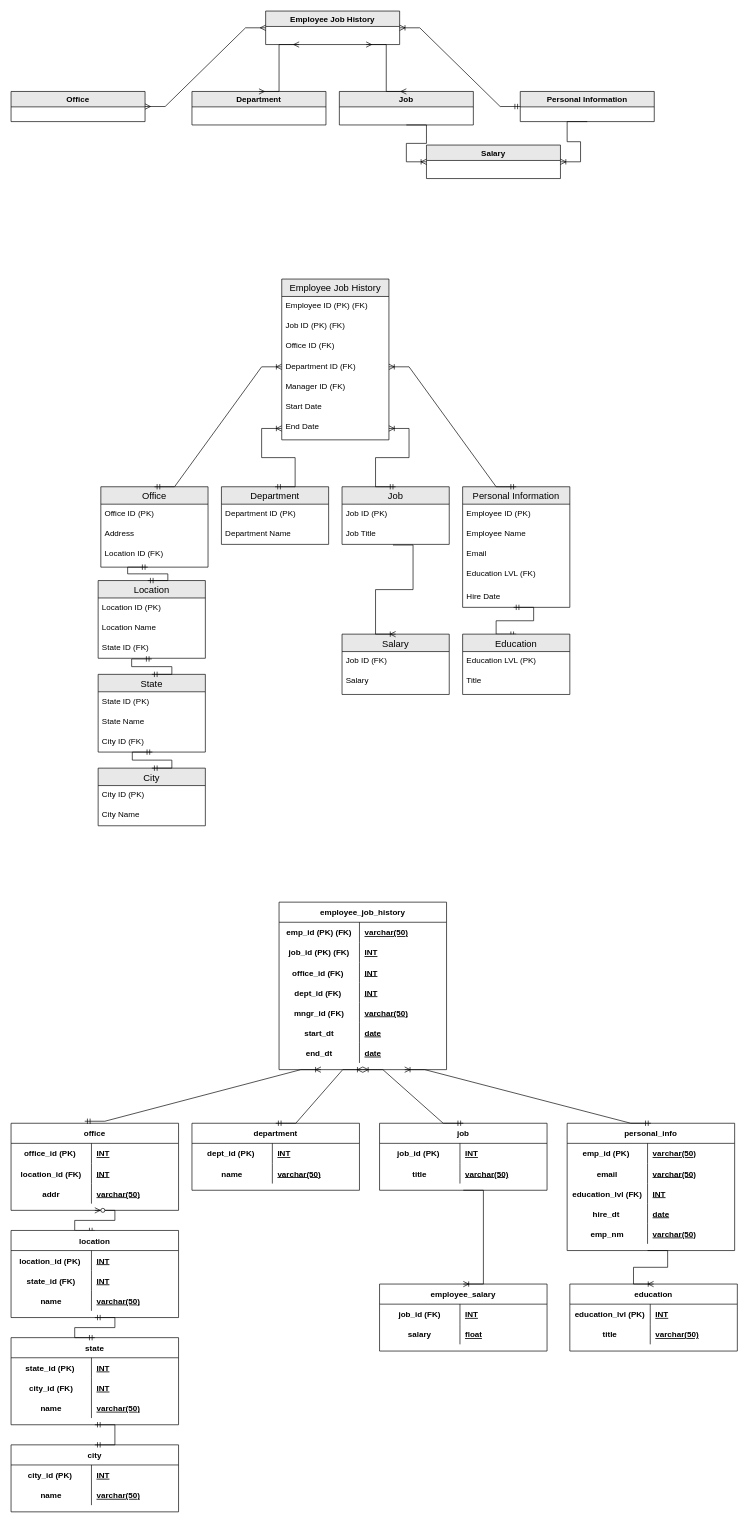
Before: HR_ERD.drawio in ohikendoit/data_architect_foundation, a draw.io diagram. Source tidied: cells renumbered, new cells numbered last; positions are measured from the earlier drawing's top-left corner, leaving out a move shared by most shapes. Both pictures are drawn from the tidied source at 67%, with x=0, y=0 at pixel (11, 11).
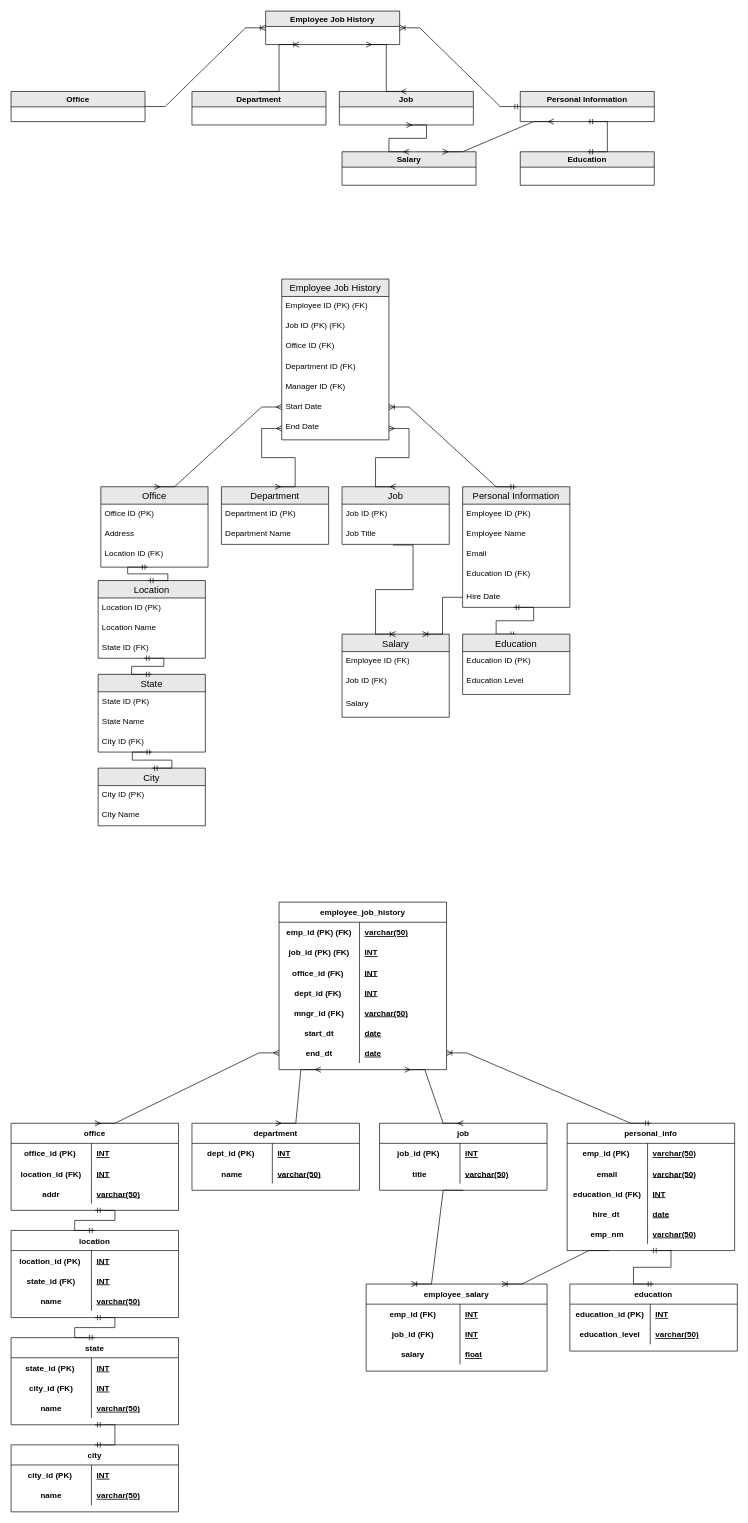
The same diagram, later.

The change refers to these unchanged cells:
```xml
<mxCell id="2" value="Office" style="swimlane;fillColor=#E8E8E8;" parent="1" vertex="1">
<mxCell id="3" value="Department" style="swimlane;fillColor=#E8E8E8;" parent="1" vertex="1">
<mxCell id="4" value="Employee Job History" style="swimlane;fillColor=#E8E8E8;" parent="1" vertex="1">
<mxCell id="5" value="Personal Information" style="swimlane;fillColor=#E8E8E8;" parent="1" vertex="1">
<mxCell id="10" value="Department ID (FK)" style="text;strokeColor=none;fillColor=none;spacingLeft=4;spacingRight=4;overflow=hidden;points=[[0,0.5],[1,0.5]];portConstraint=eastwest;fontSize=12;" parent="6" vertex="1">
<mxCell id="12" value="Start Date" style="text;strokeColor=none;fillColor=none;spacingLeft=4;spacingRight=4;overflow=hidden;points=[[0,0.5],[1,0.5]];portConstraint=eastwest;fontSize=12;" parent="6" vertex="1">
<mxCell id="13" value="End Date" style="text;strokeColor=none;fillColor=none;spacingLeft=4;spacingRight=4;overflow=hidden;points=[[0,0.5],[1,0.5]];portConstraint=eastwest;fontSize=12;" parent="6" vertex="1">
<mxCell id="14" value="Personal Information" style="swimlane;fontStyle=0;horizontal=1;startSize=26;align=center;fontSize=14;fillColor=#E8E8E8;" parent="1" vertex="1">
<mxCell id="19" value="Hire Date" style="text;strokeColor=none;fillColor=none;spacingLeft=4;spacingRight=4;overflow=hidden;points=[[0,0.5],[1,0.5]];portConstraint=eastwest;fontSize=12;" parent="14" vertex="1">
<mxCell id="21" value="Department" style="swimlane;fontStyle=0;horizontal=1;startSize=26;align=center;fontSize=14;fillColor=#E8E8E8;" parent="1" vertex="1">
<mxCell id="24" value="Office" style="swimlane;fontStyle=0;horizontal=1;startSize=26;align=center;fontSize=14;fillColor=#E8E8E8;" parent="1" vertex="1">
<mxCell id="28" value="Job" style="swimlane;fontStyle=0;horizontal=1;startSize=26;align=center;fontSize=14;fillColor=#E8E8E8;" parent="1" vertex="1">
<mxCell id="31" value="Job" style="swimlane;fillColor=#E8E8E8;" parent="1" vertex="1">
<mxCell id="35" value="State" style="swimlane;fontStyle=0;horizontal=1;startSize=26;align=center;fontSize=14;fillColor=#E8E8E8;" parent="1" vertex="1">
<mxCell id="43" value="employee_job_history" style="shape=table;startSize=30;childLayout=tableLayout;rowLines=0;fontStyle=1;align=center;" parent="1" vertex="1">
<mxCell id="62" style="shape=partialRectangle;fillColor=none;top=0;left=0;bottom=0;right=0;points=[[0,0.5],[1,0.5]];portConstraint=eastwest;" parent="43" vertex="1">
<mxCell id="69" value="department" style="shape=table;startSize=30;childLayout=tableLayout;rowLines=0;fontStyle=1;align=center;" parent="1" vertex="1">
<mxCell id="76" value="office" style="shape=table;startSize=30;childLayout=tableLayout;rowLines=0;fontStyle=1;align=center;" parent="1" vertex="1">
<mxCell id="105" value="job" style="shape=table;startSize=30;childLayout=tableLayout;rowLines=0;fontStyle=1;align=center;" parent="1" vertex="1">
<mxCell id="112" value="personal_info" style="shape=table;startSize=30;childLayout=tableLayout;rowLines=0;fontStyle=1;align=center;" parent="1" vertex="1">
<mxCell id="119" style="shape=partialRectangle;fillColor=none;top=0;left=0;bottom=0;right=0;" parent="112" vertex="1">
<mxCell id="148" value="Education" style="swimlane;fontStyle=0;horizontal=1;startSize=26;align=center;fontSize=14;fillColor=#E8E8E8;" parent="1" vertex="1">
<mxCell id="154" value="State ID (FK)" style="text;strokeColor=none;fillColor=none;spacingLeft=4;spacingRight=4;overflow=hidden;points=[[0,0.5],[1,0.5]];portConstraint=eastwest;fontSize=12;" parent="151" vertex="1">
<mxCell id="157" value="location" style="shape=table;startSize=30;childLayout=tableLayout;rowLines=0;fontStyle=1;align=center;" parent="1" vertex="1">
<mxCell id="168" value="education" style="shape=table;startSize=30;childLayout=tableLayout;rowLines=0;fontStyle=1;align=center;" parent="1" vertex="1">
<mxCell id="169" style="shape=partialRectangle;fillColor=none;top=0;left=0;bottom=0;right=0;" parent="168" vertex="1">
<mxCell id="172" style="shape=partialRectangle;fillColor=none;top=0;left=0;bottom=0;right=0;" parent="168" vertex="1">
```

Change to the diagram source:
```diff
@@
-    <mxCell id="18" value="Education LVL (FK)" style="text;strokeColor=none;fillColor=none;spacingLeft=4;spacingRight=4;overflow=hidden;fontSize=12;" parent="14" vertex="1">
+    <mxCell id="18" value="Education ID (FK)" style="text;strokeColor=none;fillColor=none;spacingLeft=4;spacingRight=4;overflow=hidden;fontSize=12;" parent="14" vertex="1">
       <mxGeometry y="116" width="160" height="34" as="geometry" />
     </mxCell>
@@
     <mxCell id="32" value="Salary" style="swimlane;fontStyle=0;horizontal=1;startSize=26;align=center;fontSize=14;fillColor=#E8E8E8;" parent="1" vertex="1">
-      <mxGeometry x="494" y="930" width="160" height="90" as="geometry" />
+      <mxGeometry x="494" y="930" width="160" height="124" as="geometry" />
     </mxCell>
-    <mxCell id="33" value="Job ID (FK)" style="text;strokeColor=none;fillColor=none;spacingLeft=4;spacingRight=4;overflow=hidden;fontSize=12;" parent="32" vertex="1">
+    <mxCell id="33" value="Employee ID (FK)" style="text;strokeColor=none;fillColor=none;spacingLeft=4;spacingRight=4;overflow=hidden;fontSize=12;" parent="32" vertex="1">
       <mxGeometry y="26" width="160" height="30" as="geometry" />
     </mxCell>
-    <mxCell id="34" value="Salary" style="text;strokeColor=none;fillColor=none;spacingLeft=4;spacingRight=4;overflow=hidden;fontSize=12;" parent="32" vertex="1">
+    <mxCell id="34" value="Job ID (FK)" style="text;strokeColor=none;fillColor=none;spacingLeft=4;spacingRight=4;overflow=hidden;fontSize=12;" parent="32" vertex="1">
       <mxGeometry y="56" width="160" height="34" as="geometry" />
     </mxCell>
+    <mxCell id="176" value="Salary" style="text;strokeColor=none;fillColor=none;spacingLeft=4;spacingRight=4;overflow=hidden;fontSize=12;" parent="32" vertex="1">
+      <mxGeometry y="90" width="160" height="34" as="geometry" />
+    </mxCell>
@@
-    <mxCell id="65" style="edgeStyle=entityRelationEdgeStyle;fontSize=12;html=1;endArrow=ERmany;startArrow=ERmany;rounded=0;exitX=1;exitY=0.5;exitDx=0;exitDy=0;entryX=0;entryY=0.5;entryDx=0;entryDy=0;" parent="1" edge="1" source="2" target="4">
-      <mxGeometry relative="1" as="geometry" />
-    </mxCell>
-    <mxCell id="66" style="edgeStyle=entityRelationEdgeStyle;fontSize=12;html=1;endArrow=ERmany;startArrow=ERmany;rounded=0;entryX=0.25;entryY=1;entryDx=0;entryDy=0;exitX=0.5;exitY=0;exitDx=0;exitDy=0;" parent="1" edge="1" source="3" target="4">
-      <mxGeometry relative="1" as="geometry" />
-    </mxCell>
-    <mxCell id="67" style="edgeStyle=entityRelationEdgeStyle;fontSize=12;html=1;endArrow=ERmany;startArrow=ERmany;rounded=0;entryX=0.75;entryY=1;entryDx=0;entryDy=0;exitX=0.5;exitY=0;exitDx=0;exitDy=0;" parent="1" edge="1" source="31" target="4">
-      <mxGeometry relative="1" as="geometry" />
-    </mxCell>
@@
-    <mxCell id="103" style="edgeStyle=entityRelationEdgeStyle;fontSize=12;html=1;endArrow=ERzeroToMany;startArrow=ERmandOne;rounded=0;entryX=0.5;entryY=1;entryDx=0;entryDy=0;exitX=0.5;exitY=0;exitDx=0;exitDy=0;" parent="1" edge="1" source="157" target="76">
-      <mxGeometry relative="1" as="geometry" />
-    </mxCell>
@@
-    <mxCell id="120" value="education_lvl (FK)" style="shape=partialRectangle;fillColor=none;top=0;left=0;bottom=0;right=0;fontStyle=1;overflow=hidden;" parent="119" vertex="1">
+    <mxCell id="120" value="education_id (FK)" style="shape=partialRectangle;fillColor=none;top=0;left=0;bottom=0;right=0;fontStyle=1;overflow=hidden;" parent="119" vertex="1">
       <mxGeometry width="120" height="30" as="geometry" />
     </mxCell>
@@
     <mxCell id="128" value="employee_salary" style="shape=table;startSize=30;childLayout=tableLayout;rowLines=0;fontStyle=1;align=center;" parent="1" vertex="1">
-      <mxGeometry x="550" y="1900" width="250" height="100" as="geometry" />
+      <mxGeometry x="530" y="1900" width="270" height="130" as="geometry" />
     </mxCell>
+    <mxCell id="177" style="shape=partialRectangle;fillColor=none;top=0;left=0;bottom=0;right=0;" parent="128" vertex="1">
+      <mxGeometry y="30" width="270" height="30" as="geometry" />
+    </mxCell>
+    <mxCell id="178" value="emp_id (FK)" style="shape=partialRectangle;fillColor=none;top=0;left=0;bottom=0;right=0;fontStyle=1;overflow=hidden;" parent="177" vertex="1">
+      <mxGeometry width="140" height="30" as="geometry" />
+    </mxCell>
+    <mxCell id="179" value="INT" style="shape=partialRectangle;fillColor=none;top=0;left=0;bottom=0;right=0;align=left;spacingLeft=6;fontStyle=5;overflow=hidden;" parent="177" vertex="1">
+      <mxGeometry x="140" width="130" height="30" as="geometry" />
+    </mxCell>
     <mxCell id="129" style="shape=partialRectangle;fillColor=none;top=0;left=0;bottom=0;right=0;" parent="128" vertex="1">
-      <mxGeometry y="30" width="250" height="30" as="geometry" />
+      <mxGeometry y="60" width="270" height="30" as="geometry" />
     </mxCell>
     <mxCell id="130" value="job_id (FK)" style="shape=partialRectangle;fillColor=none;top=0;left=0;bottom=0;right=0;fontStyle=1;overflow=hidden;" parent="129" vertex="1">
-      <mxGeometry width="120" height="30" as="geometry" />
+      <mxGeometry width="140" height="30" as="geometry" />
     </mxCell>
     <mxCell id="131" value="INT" style="shape=partialRectangle;fillColor=none;top=0;left=0;bottom=0;right=0;align=left;spacingLeft=6;fontStyle=5;overflow=hidden;" parent="129" vertex="1">
-      <mxGeometry x="120" width="130" height="30" as="geometry" />
+      <mxGeometry x="140" width="130" height="30" as="geometry" />
     </mxCell>
     <mxCell id="132" style="shape=partialRectangle;fillColor=none;top=0;left=0;bottom=0;right=0;" parent="128" vertex="1">
-      <mxGeometry y="60" width="250" height="30" as="geometry" />
+      <mxGeometry y="90" width="270" height="30" as="geometry" />
     </mxCell>
     <mxCell id="133" value="salary" style="shape=partialRectangle;fillColor=none;top=0;left=0;bottom=0;right=0;fontStyle=1;overflow=hidden;" parent="132" vertex="1">
-      <mxGeometry width="120" height="30" as="geometry" />
+      <mxGeometry width="140" height="30" as="geometry" />
     </mxCell>
     <mxCell id="134" value="float" style="shape=partialRectangle;fillColor=none;top=0;left=0;bottom=0;right=0;align=left;spacingLeft=6;fontStyle=5;overflow=hidden;" parent="132" vertex="1">
-      <mxGeometry x="120" width="130" height="30" as="geometry" />
+      <mxGeometry x="140" width="130" height="30" as="geometry" />
     </mxCell>
-    <mxCell id="135" style="edgeStyle=entityRelationEdgeStyle;fontSize=12;html=1;endArrow=ERoneToMany;rounded=0;entryX=0.5;entryY=0;entryDx=0;entryDy=0;" parent="1" edge="1" target="128">
-      <mxGeometry relative="1" as="geometry">
-        <mxPoint x="675" y="1760" as="sourcePoint" />
-      </mxGeometry>
-    </mxCell>
-    <mxCell id="136" style="edgeStyle=entityRelationEdgeStyle;fontSize=12;html=1;endArrow=ERoneToMany;startArrow=ERmandOne;rounded=0;exitX=0.5;exitY=0;exitDx=0;exitDy=0;entryX=0.75;entryY=1;entryDx=0;entryDy=0;" parent="1" edge="1" source="112" target="43">
+    <mxCell id="136" style="edgeStyle=entityRelationEdgeStyle;fontSize=12;html=1;endArrow=ERoneToMany;startArrow=ERmandOne;rounded=0;exitX=0.5;exitY=0;exitDx=0;exitDy=0;entryX=1;entryY=0.5;entryDx=0;entryDy=0;" parent="1" edge="1" source="112" target="62">
       <mxGeometry relative="1" as="geometry" />
     </mxCell>
-    <mxCell id="137" style="edgeStyle=entityRelationEdgeStyle;fontSize=12;html=1;endArrow=ERoneToMany;startArrow=ERmandOne;rounded=0;exitX=0.5;exitY=0;exitDx=0;exitDy=0;entryX=0.5;entryY=1;entryDx=0;entryDy=0;" parent="1" edge="1" source="105" target="43">
-      <mxGeometry relative="1" as="geometry" />
-    </mxCell>
-    <mxCell id="138" style="edgeStyle=entityRelationEdgeStyle;fontSize=12;html=1;endArrow=ERoneToMany;startArrow=ERmandOne;rounded=0;exitX=0.5;exitY=0;exitDx=0;exitDy=0;entryX=0.5;entryY=1;entryDx=0;entryDy=0;" parent="1" edge="1" source="69" target="43">
-      <mxGeometry relative="1" as="geometry" />
-    </mxCell>
-    <mxCell id="139" style="edgeStyle=entityRelationEdgeStyle;fontSize=12;html=1;endArrow=ERoneToMany;startArrow=ERmandOne;rounded=0;entryX=0.25;entryY=1;entryDx=0;entryDy=0;" parent="1" edge="1" target="43">
-      <mxGeometry relative="1" as="geometry">
-        <mxPoint x="110" y="1657" as="sourcePoint" />
-      </mxGeometry>
-    </mxCell>
-    <mxCell id="140" style="edgeStyle=entityRelationEdgeStyle;fontSize=12;html=1;endArrow=ERoneToMany;startArrow=ERmandOne;rounded=0;entryX=0;entryY=0.5;entryDx=0;entryDy=0;exitX=0.5;exitY=0;exitDx=0;exitDy=0;" parent="1" edge="1" source="24" target="10">
-      <mxGeometry relative="1" as="geometry" />
-    </mxCell>
-    <mxCell id="141" style="edgeStyle=entityRelationEdgeStyle;fontSize=12;html=1;endArrow=ERoneToMany;startArrow=ERmandOne;rounded=0;exitX=0.5;exitY=0;exitDx=0;exitDy=0;" parent="1" edge="1" source="21" target="13">
-      <mxGeometry relative="1" as="geometry" />
-    </mxCell>
-    <mxCell id="142" style="edgeStyle=entityRelationEdgeStyle;fontSize=12;html=1;endArrow=ERoneToMany;startArrow=ERmandOne;rounded=0;exitX=0.5;exitY=0;exitDx=0;exitDy=0;entryX=1;entryY=0.5;entryDx=0;entryDy=0;" parent="1" edge="1" source="28" target="13">
-      <mxGeometry relative="1" as="geometry" />
-    </mxCell>
-    <mxCell id="143" style="edgeStyle=entityRelationEdgeStyle;fontSize=12;html=1;endArrow=ERoneToMany;startArrow=ERmandOne;rounded=0;exitX=0.5;exitY=0;exitDx=0;exitDy=0;entryX=1;entryY=0.5;entryDx=0;entryDy=0;" parent="1" edge="1" source="14" target="10">
+    <mxCell id="143" style="edgeStyle=entityRelationEdgeStyle;fontSize=12;html=1;endArrow=ERoneToMany;startArrow=ERmandOne;rounded=0;exitX=0.5;exitY=0;exitDx=0;exitDy=0;entryX=1;entryY=0.5;entryDx=0;entryDy=0;" parent="1" edge="1" source="14" target="12">
       <mxGeometry relative="1" as="geometry" />
     </mxCell>
@@
     <mxCell id="145" value="Salary" style="swimlane;fillColor=#E8E8E8;" parent="1" vertex="1">
-      <mxGeometry x="620" y="200" width="200" height="50" as="geometry" />
+      <mxGeometry x="494" y="210" width="200" height="50" as="geometry" />
     </mxCell>
-    <mxCell id="146" style="edgeStyle=entityRelationEdgeStyle;fontSize=12;html=1;endArrow=ERoneToMany;rounded=0;exitX=0.5;exitY=1;exitDx=0;exitDy=0;entryX=1;entryY=0.5;entryDx=0;entryDy=0;" parent="1" edge="1" source="5" target="145">
-      <mxGeometry relative="1" as="geometry" />
-    </mxCell>
-    <mxCell id="147" style="edgeStyle=entityRelationEdgeStyle;fontSize=12;html=1;endArrow=ERoneToMany;rounded=0;exitX=0.5;exitY=1;exitDx=0;exitDy=0;entryX=0;entryY=0.5;entryDx=0;entryDy=0;" parent="1" edge="1" source="31" target="145">
-      <mxGeometry relative="1" as="geometry" />
-    </mxCell>
@@
-    <mxCell id="149" value="Education LVL (PK)" style="text;strokeColor=none;fillColor=none;spacingLeft=4;spacingRight=4;overflow=hidden;fontSize=12;" parent="148" vertex="1">
+    <mxCell id="149" value="Education ID (PK)" style="text;strokeColor=none;fillColor=none;spacingLeft=4;spacingRight=4;overflow=hidden;fontSize=12;" parent="148" vertex="1">
       <mxGeometry y="26" width="160" height="30" as="geometry" />
     </mxCell>
-    <mxCell id="150" value="Title" style="text;strokeColor=none;fillColor=none;spacingLeft=4;spacingRight=4;overflow=hidden;fontSize=12;" parent="148" vertex="1">
+    <mxCell id="150" value="Education Level" style="text;strokeColor=none;fillColor=none;spacingLeft=4;spacingRight=4;overflow=hidden;fontSize=12;" parent="148" vertex="1">
       <mxGeometry y="56" width="160" height="34" as="geometry" />
     </mxCell>
@@
-    <mxCell id="155" style="edgeStyle=entityRelationEdgeStyle;fontSize=12;html=1;endArrow=ERmandOne;startArrow=ERmandOne;rounded=0;exitX=0.5;exitY=0;exitDx=0;exitDy=0;" parent="1" edge="1" source="35">
-      <mxGeometry relative="1" as="geometry">
-        <mxPoint x="210" y="967" as="targetPoint" />
-      </mxGeometry>
+    <mxCell id="155" style="edgeStyle=entityRelationEdgeStyle;fontSize=12;html=1;endArrow=ERmandOne;startArrow=ERmandOne;rounded=0;exitX=0.5;exitY=0;exitDx=0;exitDy=0;entryX=0.425;entryY=1;entryDx=0;entryDy=0;entryPerimeter=0;" parent="1" edge="1" source="35" target="154">
+      <mxGeometry relative="1" as="geometry" />
     </mxCell>
@@
-    <mxCell id="170" value="education_lvl (PK)" style="shape=partialRectangle;fillColor=none;top=0;left=0;bottom=0;right=0;fontStyle=1;overflow=hidden;" parent="169" vertex="1">
+    <mxCell id="170" value="education_id (PK)" style="shape=partialRectangle;fillColor=none;top=0;left=0;bottom=0;right=0;fontStyle=1;overflow=hidden;" parent="169" vertex="1">
       <mxGeometry width="120" height="30" as="geometry" />
     </mxCell>
@@
-    <mxCell id="173" value="title" style="shape=partialRectangle;fillColor=none;top=0;left=0;bottom=0;right=0;fontStyle=1;overflow=hidden;" parent="172" vertex="1">
+    <mxCell id="173" value="education_level" style="shape=partialRectangle;fillColor=none;top=0;left=0;bottom=0;right=0;fontStyle=1;overflow=hidden;" parent="172" vertex="1">
       <mxGeometry width="120" height="30" as="geometry" />
     </mxCell>
@@
-    <mxCell id="175" style="edgeStyle=entityRelationEdgeStyle;fontSize=12;html=1;endArrow=ERoneToMany;rounded=0;entryX=0.5;entryY=0;entryDx=0;entryDy=0;" parent="1" edge="1" target="168">
-      <mxGeometry relative="1" as="geometry">
-        <mxPoint x="950" y="1850" as="sourcePoint" />
-      </mxGeometry>
-    </mxCell>
+    <mxCell id="180" value="Education" style="swimlane;fillColor=#E8E8E8;" parent="1" vertex="1">
+      <mxGeometry x="760" y="210" width="200" height="50" as="geometry" />
+    </mxCell>
+    <mxCell id="181" style="edgeStyle=entityRelationEdgeStyle;fontSize=12;html=1;endArrow=ERmandOne;startArrow=ERmandOne;rounded=0;entryX=0.5;entryY=1;entryDx=0;entryDy=0;exitX=0.5;exitY=0;exitDx=0;exitDy=0;" parent="1" edge="1" source="180" target="5">
+      <mxGeometry relative="1" as="geometry" />
+    </mxCell>
+    <mxCell id="66" style="edgeStyle=entityRelationEdgeStyle;fontSize=12;html=1;endArrow=ERoneToMany;rounded=0;entryX=0.25;entryY=1;entryDx=0;entryDy=0;exitX=0.5;exitY=0;exitDx=0;exitDy=0;" parent="1" edge="1" source="3" target="4">
+      <mxGeometry relative="1" as="geometry" />
+    </mxCell>
+    <mxCell id="65" style="edgeStyle=entityRelationEdgeStyle;fontSize=12;html=1;endArrow=ERoneToMany;rounded=0;entryX=0;entryY=0.5;entryDx=0;entryDy=0;exitX=1;exitY=0.5;exitDx=0;exitDy=0;" parent="1" edge="1" source="2" target="4">
+      <mxGeometry relative="1" as="geometry" />
+    </mxCell>
+    <mxCell id="142" style="edgeStyle=entityRelationEdgeStyle;fontSize=12;html=1;endArrow=ERmany;startArrow=ERmany;rounded=0;entryX=1;entryY=0.5;entryDx=0;entryDy=0;exitX=0.5;exitY=0;exitDx=0;exitDy=0;" parent="1" edge="1" source="28" target="13">
+      <mxGeometry relative="1" as="geometry" />
+    </mxCell>
+    <mxCell id="182" style="edgeStyle=entityRelationEdgeStyle;fontSize=12;html=1;endArrow=ERoneToMany;rounded=0;exitX=0;exitY=0.5;exitDx=0;exitDy=0;entryX=0.75;entryY=0;entryDx=0;entryDy=0;" parent="1" edge="1" source="19" target="32">
+      <mxGeometry relative="1" as="geometry" />
+    </mxCell>
+    <mxCell id="67" style="edgeStyle=entityRelationEdgeStyle;fontSize=12;html=1;endArrow=ERmany;startArrow=ERmany;rounded=0;entryX=0.75;entryY=1;entryDx=0;entryDy=0;exitX=0.5;exitY=0;exitDx=0;exitDy=0;" parent="1" edge="1" source="31" target="4">
+      <mxGeometry relative="1" as="geometry" />
+    </mxCell>
+    <mxCell id="183" style="edgeStyle=entityRelationEdgeStyle;fontSize=12;html=1;endArrow=ERmany;startArrow=ERmany;rounded=0;entryX=0.5;entryY=1;entryDx=0;entryDy=0;exitX=0.5;exitY=0;exitDx=0;exitDy=0;" parent="1" edge="1" source="145" target="31">
+      <mxGeometry relative="1" as="geometry" />
+    </mxCell>
+    <mxCell id="184" style="edgeStyle=entityRelationEdgeStyle;fontSize=12;html=1;endArrow=ERmany;startArrow=ERmany;rounded=0;entryX=0.25;entryY=1;entryDx=0;entryDy=0;exitX=0.75;exitY=0;exitDx=0;exitDy=0;" parent="1" edge="1" source="145" target="5">
+      <mxGeometry relative="1" as="geometry" />
+    </mxCell>
+    <mxCell id="137" style="edgeStyle=entityRelationEdgeStyle;fontSize=12;html=1;endArrow=ERmany;startArrow=ERmany;rounded=0;entryX=0.75;entryY=1;entryDx=0;entryDy=0;exitX=0.5;exitY=0;exitDx=0;exitDy=0;" parent="1" edge="1" source="105" target="43">
+      <mxGeometry relative="1" as="geometry" />
+    </mxCell>
+    <mxCell id="185" style="edgeStyle=entityRelationEdgeStyle;fontSize=12;html=1;endArrow=ERmandOne;startArrow=ERmandOne;rounded=0;entryX=0.5;entryY=0;entryDx=0;entryDy=0;exitX=0.5;exitY=1;exitDx=0;exitDy=0;" parent="1" edge="1" source="112" target="168">
+      <mxGeometry relative="1" as="geometry" />
+    </mxCell>
+    <mxCell id="186" style="edgeStyle=entityRelationEdgeStyle;fontSize=12;html=1;endArrow=ERoneToMany;rounded=0;exitX=0.25;exitY=1;exitDx=0;exitDy=0;entryX=0.75;entryY=0;entryDx=0;entryDy=0;" parent="1" edge="1" source="112" target="128">
+      <mxGeometry relative="1" as="geometry" />
+    </mxCell>
+    <mxCell id="141" style="edgeStyle=entityRelationEdgeStyle;fontSize=12;html=1;endArrow=ERmany;startArrow=ERmany;rounded=0;entryX=0;entryY=0.5;entryDx=0;entryDy=0;exitX=0.5;exitY=0;exitDx=0;exitDy=0;" parent="1" edge="1" source="21" target="13">
+      <mxGeometry relative="1" as="geometry" />
+    </mxCell>
+    <mxCell id="187" style="edgeStyle=entityRelationEdgeStyle;fontSize=12;html=1;endArrow=ERmany;startArrow=ERmany;rounded=0;entryX=0;entryY=0.5;entryDx=0;entryDy=0;exitX=0.5;exitY=0;exitDx=0;exitDy=0;" parent="1" edge="1" source="24" target="12">
+      <mxGeometry relative="1" as="geometry" />
+    </mxCell>
+    <mxCell id="188" style="edgeStyle=entityRelationEdgeStyle;fontSize=12;html=1;endArrow=ERmany;startArrow=ERmany;rounded=0;entryX=0;entryY=0.5;entryDx=0;entryDy=0;exitX=0.5;exitY=0;exitDx=0;exitDy=0;" parent="1" edge="1" source="76" target="62">
+      <mxGeometry relative="1" as="geometry" />
+    </mxCell>
+    <mxCell id="138" style="edgeStyle=entityRelationEdgeStyle;fontSize=12;html=1;endArrow=ERmany;startArrow=ERmany;rounded=0;entryX=0.25;entryY=1;entryDx=0;entryDy=0;exitX=0.5;exitY=0;exitDx=0;exitDy=0;" parent="1" edge="1" source="69" target="43">
+      <mxGeometry relative="1" as="geometry" />
+    </mxCell>
+    <mxCell id="189" style="edgeStyle=entityRelationEdgeStyle;fontSize=12;html=1;endArrow=ERoneToMany;rounded=0;exitX=0.5;exitY=1;exitDx=0;exitDy=0;entryX=0.25;entryY=0;entryDx=0;entryDy=0;" parent="1" edge="1" source="105" target="128">
+      <mxGeometry relative="1" as="geometry" />
+    </mxCell>
+    <mxCell id="103" style="edgeStyle=entityRelationEdgeStyle;fontSize=12;html=1;endArrow=ERmandOne;startArrow=ERmandOne;rounded=0;exitX=0.5;exitY=0;exitDx=0;exitDy=0;entryX=0.5;entryY=1;entryDx=0;entryDy=0;" parent="1" edge="1" source="157" target="76">
+      <mxGeometry relative="1" as="geometry" />
+    </mxCell>
```
